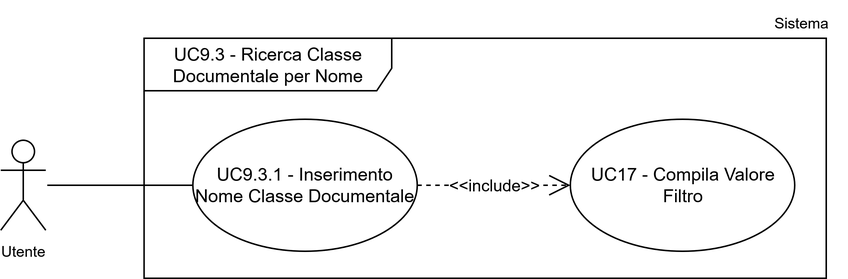
Before: assets/uml/UC9.3INC.png, a diagram exported from draw.io (7-ZPUs/Docs). Source tidied: cells renumbered, new cells last; positions are measured from the earlier drawing's top-left corner, leaving out a move shared by most shapes. The source it was exported from:
```xml
<mxGraphModel>
  <root>
    <mxCell id="0" />
    <mxCell id="1" parent="0" />
    <mxCell id="2" value="&lt;div&gt;UC9.3.1 - Inserimento Nome Classe Documentale&lt;/div&gt;" style="ellipse;whiteSpace=wrap;html=1;" parent="1" vertex="1">
      <mxGeometry x="128" y="79" width="149.5" height="88" as="geometry" />
    </mxCell>
    <mxCell id="3" value="&lt;font style=&quot;font-size: 10px;&quot;&gt;Utente&lt;/font&gt;" style="shape=umlActor;verticalLabelPosition=bottom;verticalAlign=top;html=1;" parent="1" vertex="1">
      <mxGeometry y="93" width="30" height="60" as="geometry" />
    </mxCell>
    <mxCell id="4" value="Sistema" style="text;html=1;whiteSpace=wrap;strokeColor=none;fillColor=none;align=center;verticalAlign=middle;rounded=0;fontSize=10;" parent="1" vertex="1">
      <mxGeometry x="504" width="60" height="30" as="geometry" />
    </mxCell>
    <mxCell id="5" style="endArrow=none;html=1;rounded=0;entryX=0;entryY=0.5;entryDx=0;entryDy=0;" parent="1" edge="1" target="2">
      <mxGeometry relative="1" as="geometry">
        <mxPoint x="31" y="123" as="sourcePoint" />
      </mxGeometry>
    </mxCell>
    <mxCell id="6" value="&lt;div&gt;UC9.3 - Ricerca Classe Documentale per Nome&lt;/div&gt;" style="shape=umlFrame;whiteSpace=wrap;html=1;width=165;height=35;" parent="1" vertex="1">
      <mxGeometry x="95.5" y="25" width="454.5" height="160" as="geometry" />
    </mxCell>
    <mxCell id="7" value="&amp;lt;&amp;lt;include&amp;gt;&amp;gt;" style="endArrow=open;endSize=12;dashed=1;html=1;rounded=0;" parent="1" edge="1" source="2" target="8">
      <mxGeometry x="-0.01" relative="1" as="geometry" />
    </mxCell>
    <mxCell id="8" value="UC17 - Compila Valore Filtro" style="ellipse;whiteSpace=wrap;html=1;" parent="1" vertex="1">
      <mxGeometry x="379.5" y="79" width="149.5" height="88" as="geometry" />
    </mxCell>
  </root>
</mxGraphModel>
```
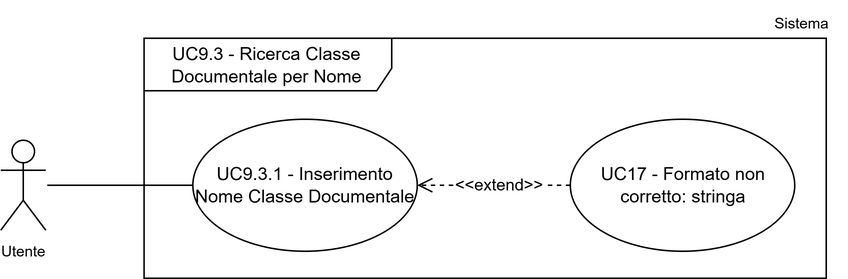
The same file after the commit.

What changed in the source:
```diff
@@ -19,11 +19,16 @@
     <mxCell id="6" value="&lt;div&gt;UC9.3 - Ricerca Classe Documentale per Nome&lt;/div&gt;" style="shape=umlFrame;whiteSpace=wrap;html=1;width=165;height=35;" parent="1" vertex="1">
       <mxGeometry x="95.5" y="25" width="454.5" height="160" as="geometry" />
     </mxCell>
-    <mxCell id="7" value="&amp;lt;&amp;lt;include&amp;gt;&amp;gt;" style="endArrow=open;endSize=12;dashed=1;html=1;rounded=0;" parent="1" edge="1" source="2" target="8">
-      <mxGeometry x="-0.01" relative="1" as="geometry" />
+    <mxCell id="7" style="rounded=0;jettySize=auto;html=1;dashed=1;endArrow=open;endFill=0;endSize=8;" parent="1" edge="1" source="9" target="2">
+      <mxGeometry relative="1" as="geometry" />
     </mxCell>
-    <mxCell id="8" value="UC17 - Compila Valore Filtro" style="ellipse;whiteSpace=wrap;html=1;" parent="1" vertex="1">
-      <mxGeometry x="379.5" y="79" width="149.5" height="88" as="geometry" />
+    <mxCell id="8" value="&amp;lt;&amp;lt;extend&amp;gt;&amp;gt;" style="edgeLabel;html=1;align=center;verticalAlign=middle;points=[];" parent="7" vertex="1">
+      <mxGeometry x="0.47" y="2" relative="1" as="geometry">
+        <mxPoint x="27" y="-2" as="offset" />
+      </mxGeometry>
     </mxCell>
+    <mxCell id="9" value="UC17 - Formato non corretto: stringa" style="ellipse;whiteSpace=wrap;html=1;" parent="1" vertex="1">
+      <mxGeometry x="379.5" y="79" width="149.5" height="88" as="geometry" />
+    </mxCell>
   </root>
 </mxGraphModel>
```
